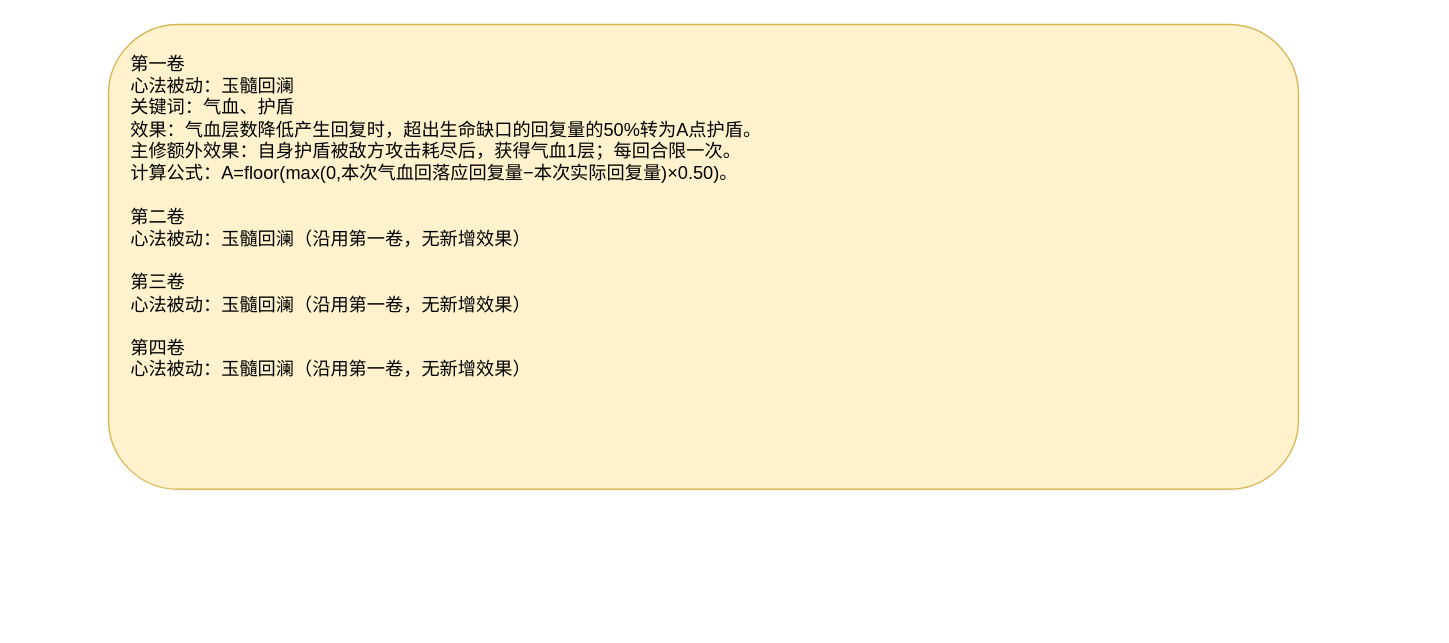
Earlier version of the draw.io diagram page "玉髓回澜" (1 of 2) of docs/卡牌词典/秘籍技能/玉髓回澜养真宝册/心法.drawio (ankundanetracyc-spec/tian-guan-you-du). Source tidied: cells renumbered, new cells numbered last; positions are measured from the earlier drawing's top-left corner, leaving out a move shared by most shapes. Both pictures are drawn from the tidied source at 140%, with x=0, y=0 at pixel (108, 24).
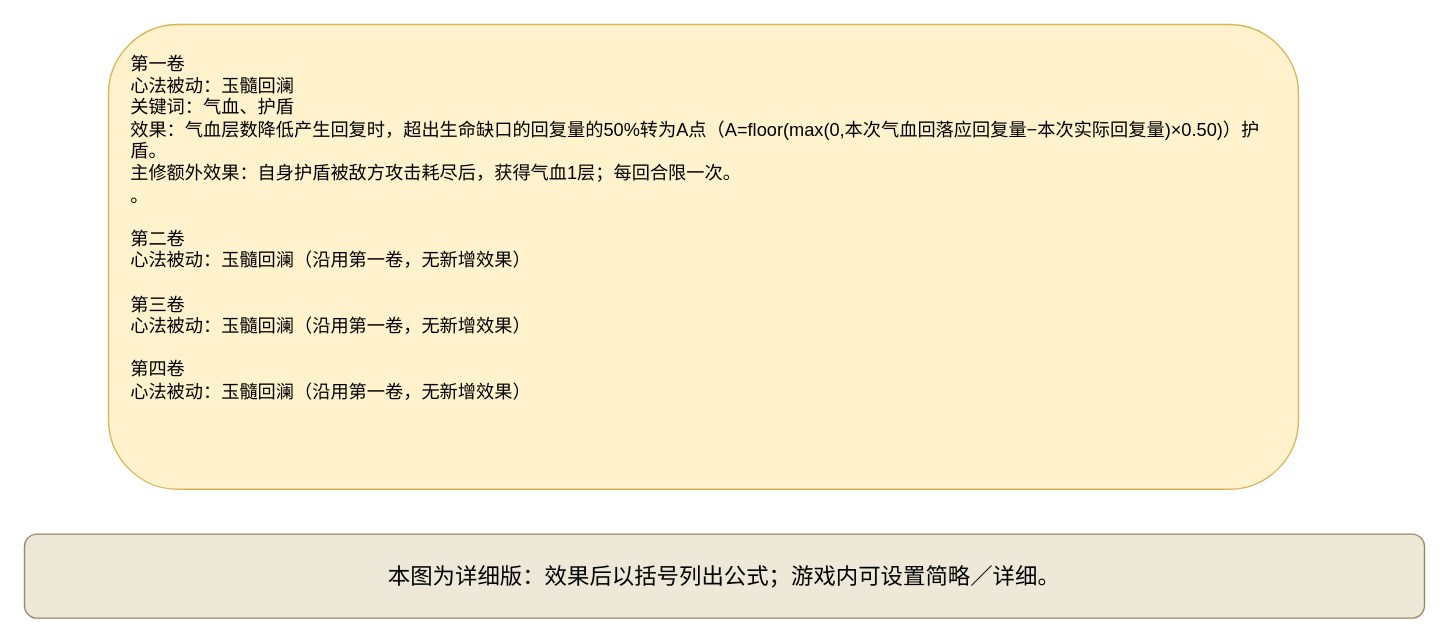
After the change.

What changed in the source:
```diff
@@
 <mxGraphModel>
   <root>
     <mxCell id="0" />
     <mxCell id="1" parent="0" />
-    <mxCell id="2" value="&lt;div style=&quot;text-align:left;&quot;&gt;第一卷&lt;br&gt;心法被动：玉髓回澜&lt;br&gt;关键词：气血、护盾&lt;br&gt;效果：气血层数降低产生回复时，超出生命缺口的回复量的50%转为A点护盾。&lt;br&gt;主修额外效果：自身护盾被敌方攻击耗尽后，获得气血1层；每回合限一次。&lt;br&gt;计算公式：A=floor(max(0,本次气血回落应回复量−本次实际回复量)×0.50)。&lt;br&gt;&lt;br&gt;第二卷&lt;br&gt;心法被动：玉髓回澜（沿用第一卷，无新增效果）&lt;br&gt;&lt;br&gt;第三卷&lt;br&gt;心法被动：玉髓回澜（沿用第一卷，无新增效果）&lt;br&gt;&lt;br&gt;第四卷&lt;br&gt;心法被动：玉髓回澜（沿用第一卷，无新增效果）&lt;/div&gt;" style="rounded=1;whiteSpace=wrap;html=1;fillColor=#fff2cc;strokeColor=#d6b656;fontSize=13;align=left;verticalAlign=top;spacing=16;" parent="1" vertex="1">
+    <mxCell id="2" value="第一卷&#10;心法被动：玉髓回澜&#10;关键词：气血、护盾&#10;效果：气血层数降低产生回复时，超出生命缺口的回复量的50%转为A点（A=floor(max(0,本次气血回落应回复量−本次实际回复量)×0.50)）护盾。&#10;主修额外效果：自身护盾被敌方攻击耗尽后，获得气血1层；每回合限一次。&#10;。&#10;&#10;第二卷&#10;心法被动：玉髓回澜（沿用第一卷，无新增效果）&#10;&#10;第三卷&#10;心法被动：玉髓回澜（沿用第一卷，无新增效果）&#10;&#10;第四卷&#10;心法被动：玉髓回澜（沿用第一卷，无新增效果）" style="rounded=1;whiteSpace=wrap;html=1;fillColor=#fff2cc;strokeColor=#d6b656;fontSize=13;align=left;verticalAlign=top;spacing=16;" parent="1" vertex="1">
       <mxGeometry width="850" height="332" as="geometry" />
     </mxCell>
+    <mxCell id="3" value="本图为详细版：效果后以括号列出公式；游戏内可设置简略／详细。" style="rounded=1;whiteSpace=wrap;html=1;fillColor=#eee8d8;strokeColor=#9a8967;fontSize=16;" parent="1" vertex="1">
+      <mxGeometry x="-60" y="364" width="1000" height="60" as="geometry" />
+    </mxCell>
   </root>
 </mxGraphModel>
```
